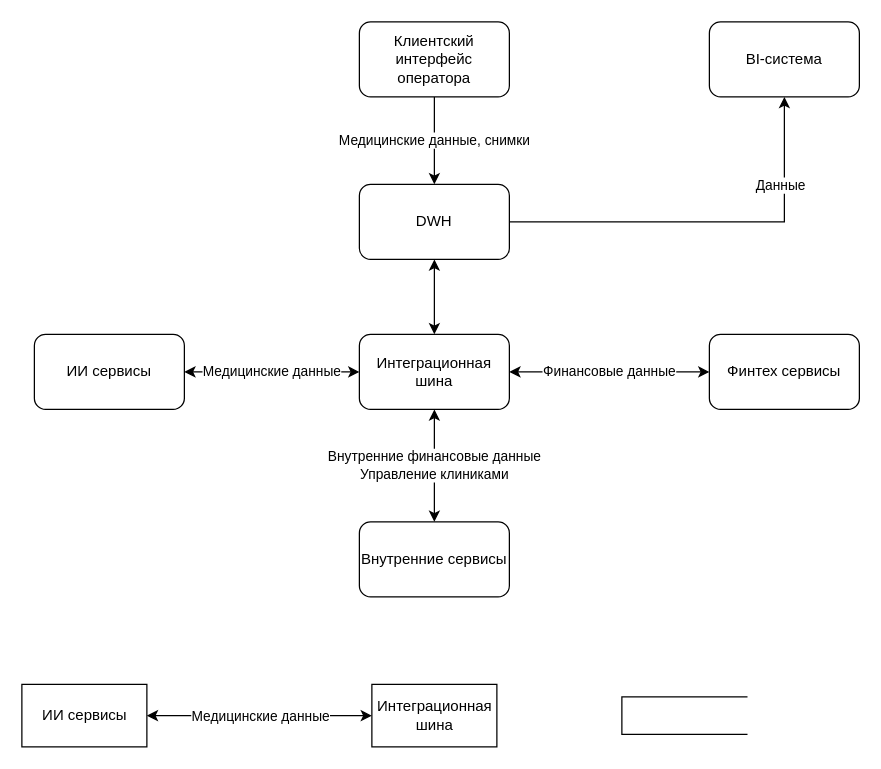
Before: page "Data Flow As Is" (3 of 4) of Task1/c3.drawio in asbelon/architecture-future_2_0, a draw.io diagram. Source tidied: cells renumbered, new cells numbered last; positions are measured from the earlier drawing's top-left corner, leaving out a move shared by most shapes. Both pictures are drawn from the tidied source at 125%, with x=0, y=0 at pixel (21, 21).
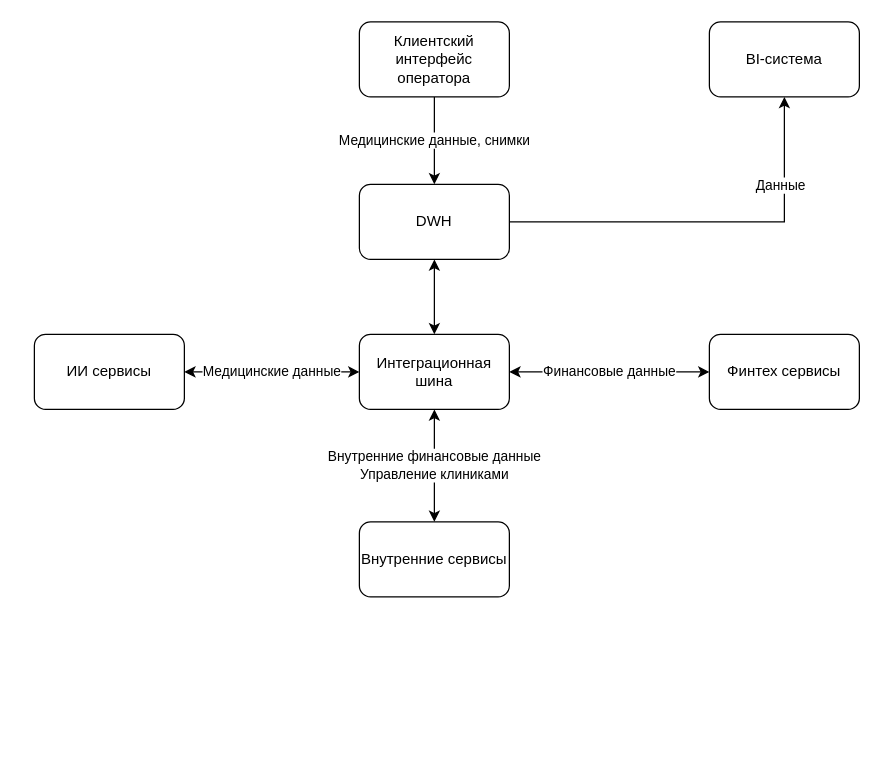
After the change.

Diff of the diagram source:
```diff
@@
-    <mxCell id="16" value="&lt;span style=&quot;&quot;&gt;ИИ сервисы&lt;/span&gt;" style="html=1;dashed=0;whitespace=wrap;" parent="1" vertex="1">
-      <mxGeometry y="530" width="100" height="50" as="geometry" />
-    </mxCell>
-    <mxCell id="17" value="&lt;span style=&quot;&quot;&gt;Интеграционная&lt;br&gt;шина&lt;/span&gt;" style="html=1;dashed=0;whitespace=wrap;" parent="1" vertex="1">
-      <mxGeometry x="280" y="530" width="100" height="50" as="geometry" />
-    </mxCell>
-    <mxCell id="18" style="endArrow=classic;html=1;rounded=0;startArrow=classic;startFill=1;" parent="1" edge="1" source="16" target="17">
-      <mxGeometry relative="1" as="geometry" />
-    </mxCell>
-    <mxCell id="19" value="Медицинские данные" style="edgeLabel;html=1;align=center;verticalAlign=middle;" parent="18" vertex="1">
-      <mxGeometry x="0.13" y="1" relative="1" as="geometry">
-        <mxPoint x="-12" y="1" as="offset" />
-      </mxGeometry>
-    </mxCell>
-    <mxCell id="20" style="html=1;dashed=0;whitespace=wrap;shape=partialRectangle;right=0;" parent="1" vertex="1">
-      <mxGeometry x="480" y="540" width="100" height="30" as="geometry" />
-    </mxCell>
```
